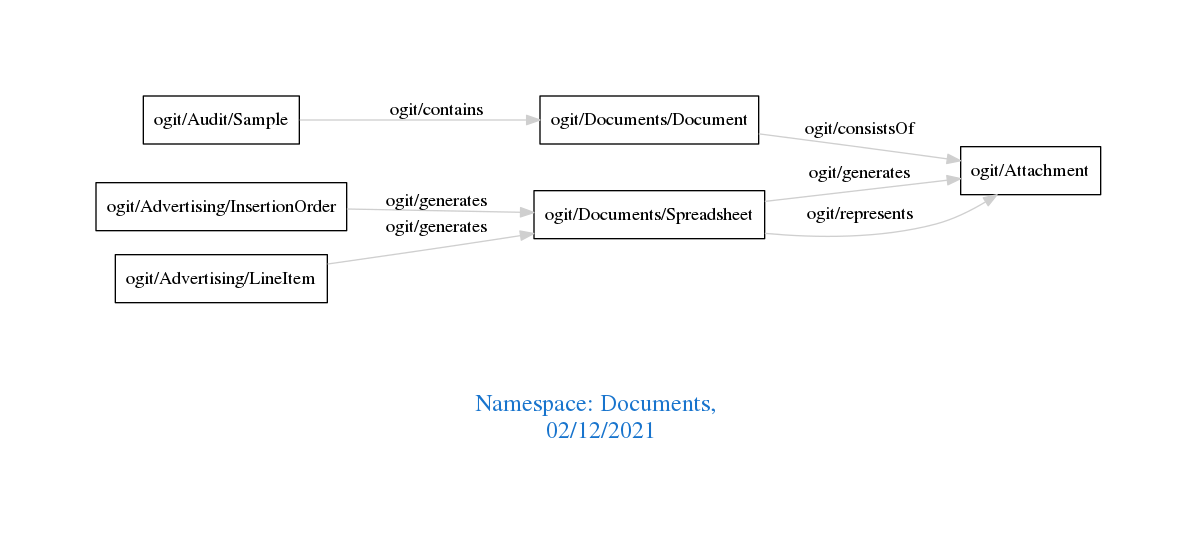
The Graphviz diagram downloads/Documents.png in arago/OGIT, before a commit. Its source is kept beside it as downloads/Documents.dot.
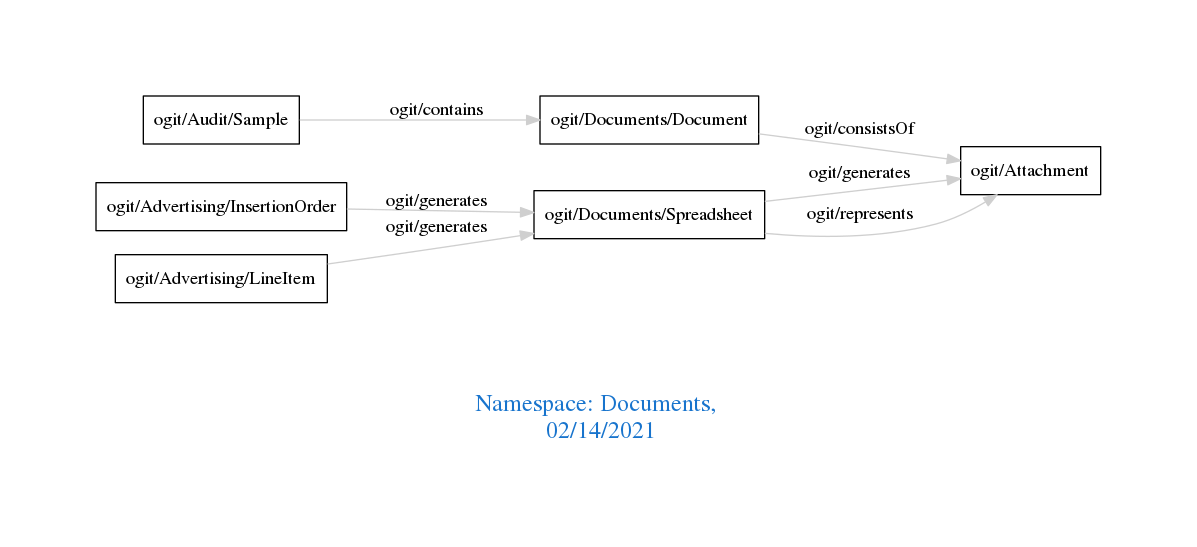
Later version of the same file.

What changed in the source:
```diff
@@ -1,7 +1,7 @@
 digraph OGIT_ontology {
  graph [ rankdir= LR,pad=1
 fontsize = 18,
-fontcolor= dodgerblue3,label = "\n\n\nNamespace: Documents, \n 02/12/2021"];
+fontcolor= dodgerblue3,label = "\n\n\nNamespace: Documents, \n 02/14/2021"];
 node[shape=polygon];
 edge [  color="gray81"];
 
```
